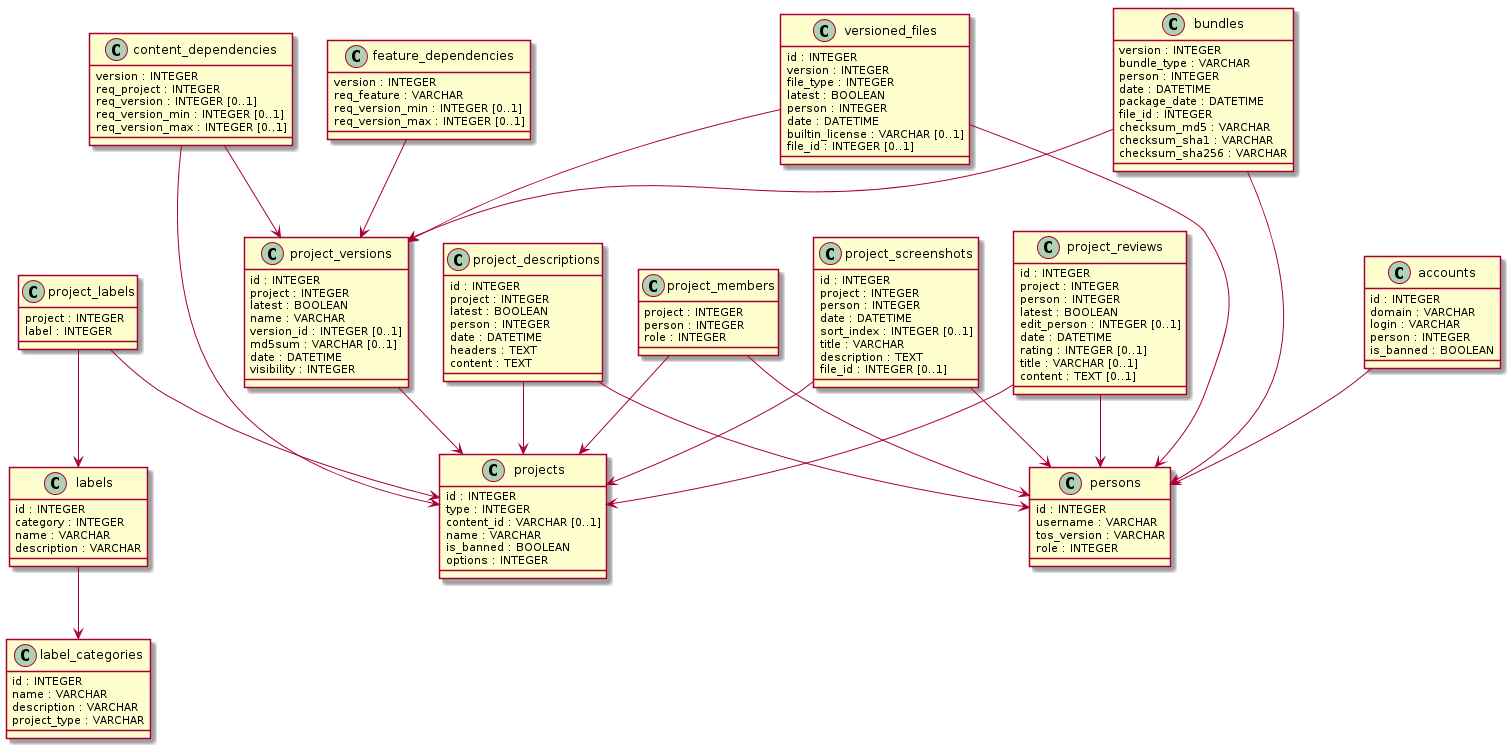
Earlier version of the PlantUML export docs/tables.png (frosch123/bananas2).
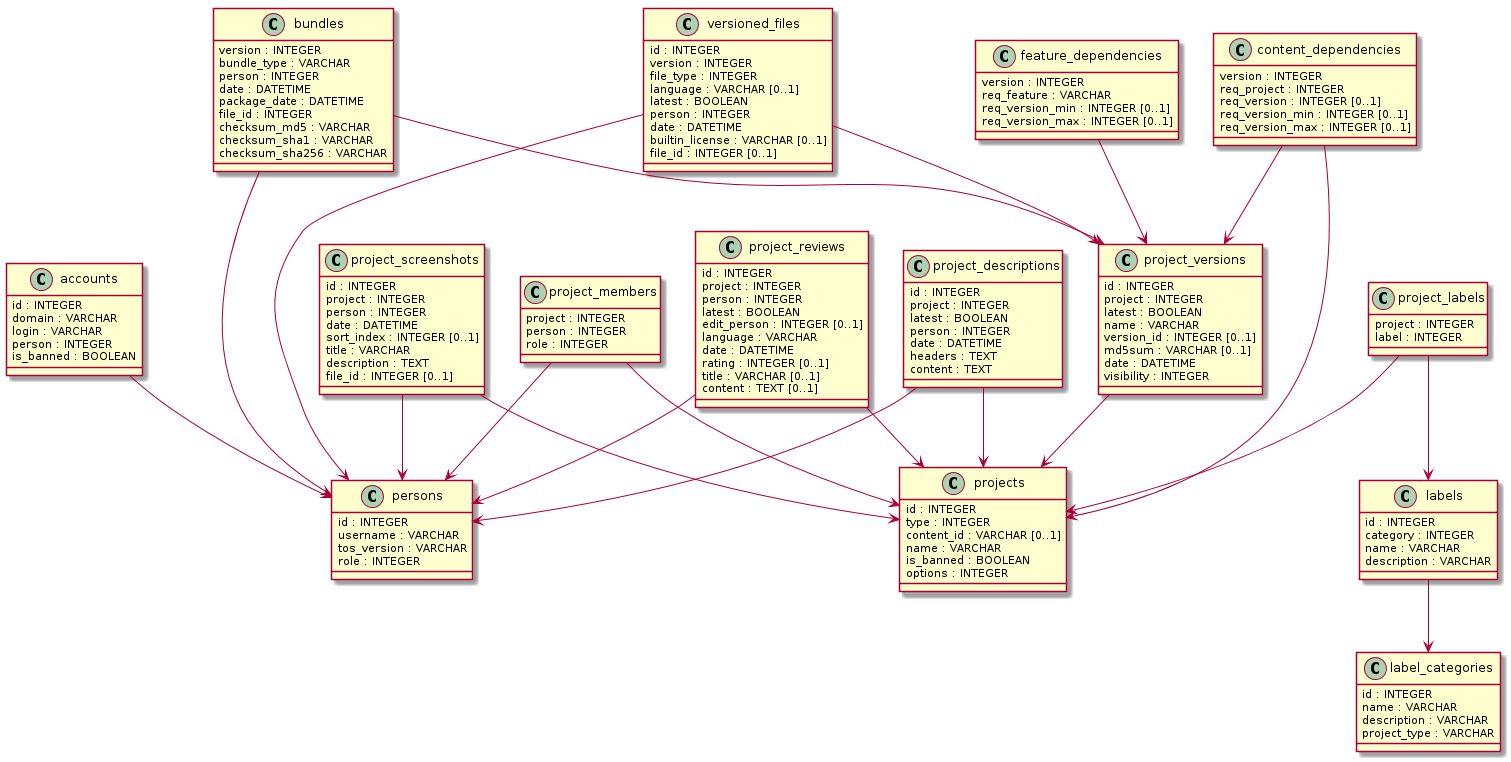
Above is the later version.

Commit message:
Change: Allow translated reviews, readmes and changelogs.

What changed in the source:
```diff
@@ -1,41 +1,4 @@
 @startuml
-class labels {
-  id : INTEGER
-  category : INTEGER
-  name : VARCHAR
-  description : VARCHAR
-}
-labels --> label_categories
-class project_descriptions {
-  id : INTEGER
-  project : INTEGER
-  latest : BOOLEAN
-  person : INTEGER
-  date : DATETIME
-  headers : TEXT
-  content : TEXT
-}
-project_descriptions --> projects
-project_descriptions --> persons
-class project_labels {
-  project : INTEGER
-  label : INTEGER
-}
-project_labels --> labels
-project_labels --> projects
-class project_members {
-  project : INTEGER
-  person : INTEGER
-  role : INTEGER
-}
-project_members --> projects
-project_members --> persons
-class label_categories {
-  id : INTEGER
-  name : VARCHAR
-  description : VARCHAR
-  project_type : VARCHAR
-}
 class project_screenshots {
   id : INTEGER
   project : INTEGER
@@ -46,8 +9,8 @@
   description : TEXT
   file_id : INTEGER [0..1]
 }
+project_screenshots --> persons
 project_screenshots --> projects
-project_screenshots --> persons
 class projects {
   id : INTEGER
   type : INTEGER
@@ -56,31 +19,87 @@
   is_banned : BOOLEAN
   options : INTEGER
 }
+class accounts {
+  id : INTEGER
+  domain : VARCHAR
+  login : VARCHAR
+  person : INTEGER
+  is_banned : BOOLEAN
+}
+accounts --> persons
+class label_categories {
+  id : INTEGER
+  name : VARCHAR
+  description : VARCHAR
+  project_type : VARCHAR
+}
+class feature_dependencies {
+  version : INTEGER
+  req_feature : VARCHAR
+  req_version_min : INTEGER [0..1]
+  req_version_max : INTEGER [0..1]
+}
+feature_dependencies --> project_versions
+class project_members {
+  project : INTEGER
+  person : INTEGER
+  role : INTEGER
+}
+project_members --> projects
+project_members --> persons
 class project_reviews {
   id : INTEGER
   project : INTEGER
   person : INTEGER
   latest : BOOLEAN
   edit_person : INTEGER [0..1]
+  language : VARCHAR
   date : DATETIME
   rating : INTEGER [0..1]
   title : VARCHAR [0..1]
   content : TEXT [0..1]
 }
+project_reviews --> persons
 project_reviews --> projects
-project_reviews --> persons
-class versioned_files {
+class content_dependencies {
+  version : INTEGER
+  req_project : INTEGER
+  req_version : INTEGER [0..1]
+  req_version_min : INTEGER [0..1]
+  req_version_max : INTEGER [0..1]
+}
+content_dependencies --> projects
+content_dependencies --> project_versions
+class project_descriptions {
   id : INTEGER
-  version : INTEGER
-  file_type : INTEGER
+  project : INTEGER
   latest : BOOLEAN
   person : INTEGER
   date : DATETIME
-  builtin_license : VARCHAR [0..1]
-  file_id : INTEGER [0..1]
+  headers : TEXT
+  content : TEXT
 }
-versioned_files --> persons
-versioned_files --> project_versions
+project_descriptions --> persons
+project_descriptions --> projects
+class labels {
+  id : INTEGER
+  category : INTEGER
+  name : VARCHAR
+  description : VARCHAR
+}
+labels --> label_categories
+class project_labels {
+  project : INTEGER
+  label : INTEGER
+}
+project_labels --> projects
+project_labels --> labels
+class persons {
+  id : INTEGER
+  username : VARCHAR
+  tos_version : VARCHAR
+  role : INTEGER
+}
 class bundles {
   version : INTEGER
   bundle_type : VARCHAR
@@ -94,36 +113,6 @@
 }
 bundles --> persons
 bundles --> project_versions
-class accounts {
-  id : INTEGER
-  domain : VARCHAR
-  login : VARCHAR
-  person : INTEGER
-  is_banned : BOOLEAN
-}
-accounts --> persons
-class feature_dependencies {
-  version : INTEGER
-  req_feature : VARCHAR
-  req_version_min : INTEGER [0..1]
-  req_version_max : INTEGER [0..1]
-}
-feature_dependencies --> project_versions
-class content_dependencies {
-  version : INTEGER
-  req_project : INTEGER
-  req_version : INTEGER [0..1]
-  req_version_min : INTEGER [0..1]
-  req_version_max : INTEGER [0..1]
-}
-content_dependencies --> projects
-content_dependencies --> project_versions
-class persons {
-  id : INTEGER
-  username : VARCHAR
-  tos_version : VARCHAR
-  role : INTEGER
-}
 class project_versions {
   id : INTEGER
   project : INTEGER
@@ -135,4 +124,17 @@
   visibility : INTEGER
 }
 project_versions --> projects
+class versioned_files {
+  id : INTEGER
+  version : INTEGER
+  file_type : INTEGER
+  language : VARCHAR [0..1]
+  latest : BOOLEAN
+  person : INTEGER
+  date : DATETIME
+  builtin_license : VARCHAR [0..1]
+  file_id : INTEGER [0..1]
+}
+versioned_files --> persons
+versioned_files --> project_versions
 @enduml
```
